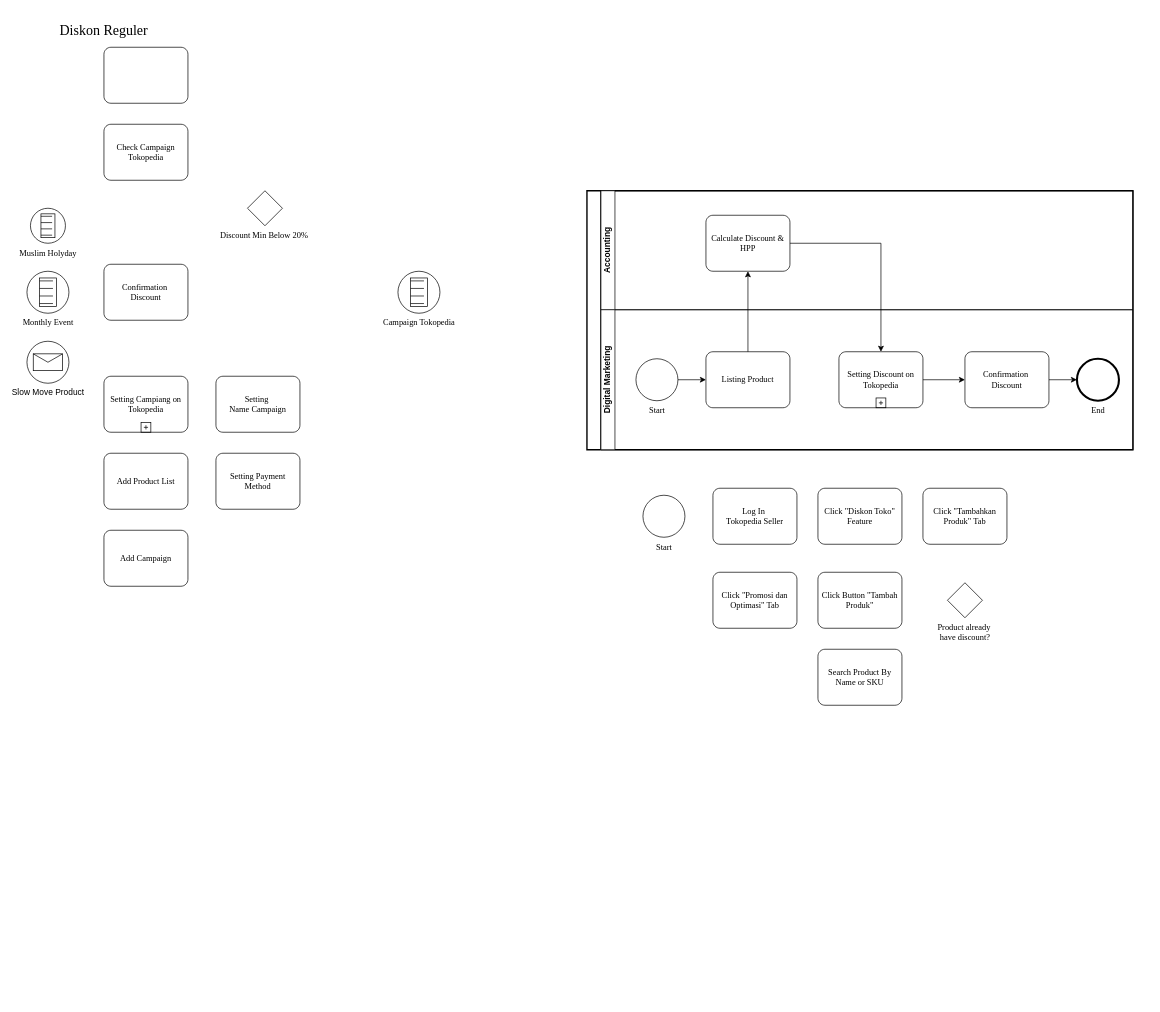
This is BPMN-KP-Coba.drawio from xoghub/diagrams, a draw.io file, before an edit. Source tidied: cells renumbered, new cells numbered last; positions are measured from the earlier drawing's top-left corner, leaving out a move shared by most shapes. Both pictures are drawn from the tidied source at 70%, with x=0, y=0 at pixel (27, 12).
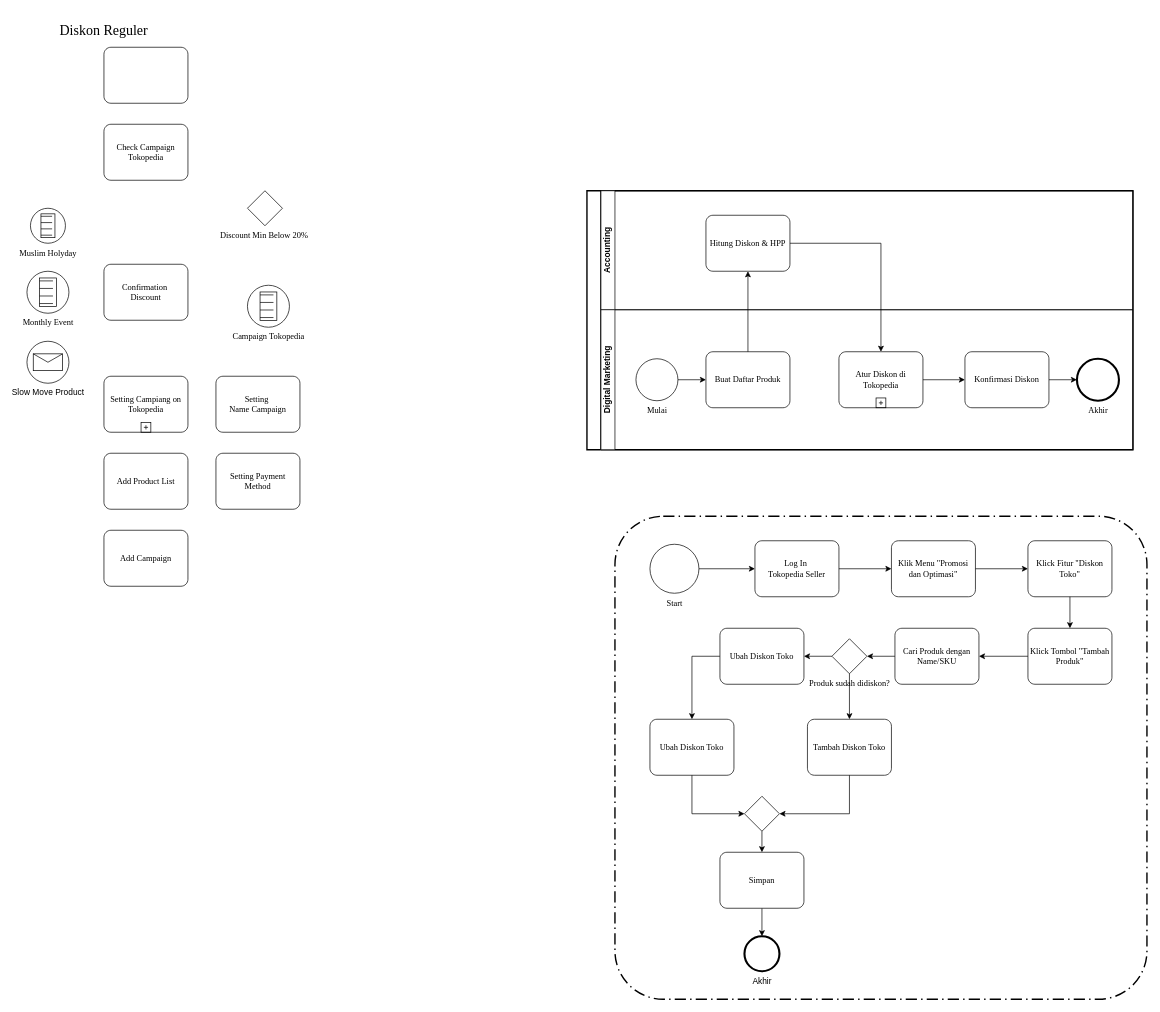
After the change.

Unchanged cells that the change refers to:
```xml
<mxCell id="18" value="Accounting" style="swimlane;startSize=20;horizontal=0;html=1;whiteSpace=wrap;" parent="17" vertex="1">
  <mxGeometry x="20" width="760" height="170" as="geometry" />
</mxCell>
<mxCell id="20" value="Digital Marketing" style="swimlane;startSize=20;horizontal=0;html=1;whiteSpace=wrap;" parent="17" vertex="1">
  <mxGeometry x="20" y="170" width="760" height="200" as="geometry" />
</mxCell>
```

Diff of the diagram source:
```diff
@@
-    <mxCell id="6" value="&lt;font&gt;Product already&amp;nbsp;&lt;/font&gt;&lt;div&gt;&lt;font&gt;have discount?&lt;/font&gt;&lt;/div&gt;" style="points=[[0.25,0.25,0],[0.5,0,0],[0.75,0.25,0],[1,0.5,0],[0.75,0.75,0],[0.5,1,0],[0.25,0.75,0],[0,0.5,0]];shape=mxgraph.bpmn.gateway2;html=1;verticalLabelPosition=bottom;labelBackgroundColor=#ffffff;verticalAlign=top;align=center;perimeter=rhombusPerimeter;outlineConnect=0;outline=none;symbol=none;fontFamily=Times New Roman;" parent="1" vertex="1">
-      <mxGeometry x="1315" y="815" width="50" height="50" as="geometry" />
+    <mxCell id="6" value="&lt;font&gt;Produk sudah didiskon?&lt;/font&gt;" style="points=[[0.25,0.25,0],[0.5,0,0],[0.75,0.25,0],[1,0.5,0],[0.75,0.75,0],[0.5,1,0],[0.25,0.75,0],[0,0.5,0]];shape=mxgraph.bpmn.gateway2;html=1;verticalLabelPosition=bottom;labelBackgroundColor=#ffffff;verticalAlign=top;align=center;perimeter=rhombusPerimeter;outlineConnect=0;outline=none;symbol=none;fontFamily=Times New Roman;" parent="1" vertex="1">
+      <mxGeometry x="1150" y="895" width="50" height="50" as="geometry" />
     </mxCell>
@@
     <mxCell id="15" value="Campaign Tokopedia" style="shape=mxgraph.bpmn.event;html=1;verticalLabelPosition=bottom;labelBackgroundColor=#ffffff;verticalAlign=top;align=center;perimeter=ellipsePerimeter;outline=standard;symbol=conditional;fontFamily=Times New Roman;" parent="1" vertex="1">
-      <mxGeometry x="530" y="370" width="60" height="60" as="geometry" />
+      <mxGeometry x="315" y="390" width="60" height="60" as="geometry" />
     </mxCell>
@@
-    <mxCell id="19" value="Calculate Discount &amp;amp; HPP" style="points=[[0.25,0,0],[0.5,0,0],[0.75,0,0],[1,0.25,0],[1,0.5,0],[1,0.75,0],[0.75,1,0],[0.5,1,0],[0.25,1,0],[0,0.75,0],[0,0.5,0],[0,0.25,0]];shape=mxgraph.bpmn.task;whiteSpace=wrap;rectStyle=rounded;size=10;html=1;taskMarker=abstract;fontFamily=Times New Roman;" parent="18" vertex="1">
+    <mxCell id="19" value="Hitung Diskon &amp;amp; HPP" style="points=[[0.25,0,0],[0.5,0,0],[0.75,0,0],[1,0.25,0],[1,0.5,0],[1,0.75,0],[0.75,1,0],[0.5,1,0],[0.25,1,0],[0,0.75,0],[0,0.5,0],[0,0.25,0]];shape=mxgraph.bpmn.task;whiteSpace=wrap;rectStyle=rounded;size=10;html=1;taskMarker=abstract;fontFamily=Times New Roman;" parent="18" vertex="1">
       <mxGeometry x="150" y="35" width="120" height="80" as="geometry" />
     </mxCell>
@@
-    <mxCell id="21" value="Start" style="points=[[0.145,0.145,0],[0.5,0,0],[0.855,0.145,0],[1,0.5,0],[0.855,0.855,0],[0.5,1,0],[0.145,0.855,0],[0,0.5,0]];shape=mxgraph.bpmn.event;html=1;verticalLabelPosition=bottom;labelBackgroundColor=#ffffff;verticalAlign=top;align=center;perimeter=ellipsePerimeter;outlineConnect=0;outline=standard;symbol=general;fontFamily=Times New Roman;" parent="20" vertex="1">
+    <mxCell id="21" value="Mulai" style="points=[[0.145,0.145,0],[0.5,0,0],[0.855,0.145,0],[1,0.5,0],[0.855,0.855,0],[0.5,1,0],[0.145,0.855,0],[0,0.5,0]];shape=mxgraph.bpmn.event;html=1;verticalLabelPosition=bottom;labelBackgroundColor=#ffffff;verticalAlign=top;align=center;perimeter=ellipsePerimeter;outlineConnect=0;outline=standard;symbol=general;fontFamily=Times New Roman;" parent="20" vertex="1">
       <mxGeometry x="50" y="70" width="60" height="60" as="geometry" />
     </mxCell>
-    <mxCell id="22" value="Listing Product" style="points=[[0.25,0,0],[0.5,0,0],[0.75,0,0],[1,0.25,0],[1,0.5,0],[1,0.75,0],[0.75,1,0],[0.5,1,0],[0.25,1,0],[0,0.75,0],[0,0.5,0],[0,0.25,0]];shape=mxgraph.bpmn.task;whiteSpace=wrap;rectStyle=rounded;size=10;html=1;taskMarker=abstract;fontFamily=Times New Roman;" parent="20" vertex="1">
+    <mxCell id="22" value="Buat Daftar Produk" style="points=[[0.25,0,0],[0.5,0,0],[0.75,0,0],[1,0.25,0],[1,0.5,0],[1,0.75,0],[0.75,1,0],[0.5,1,0],[0.25,1,0],[0,0.75,0],[0,0.5,0],[0,0.25,0]];shape=mxgraph.bpmn.task;whiteSpace=wrap;rectStyle=rounded;size=10;html=1;taskMarker=abstract;fontFamily=Times New Roman;" parent="20" vertex="1">
       <mxGeometry x="150" y="60" width="120" height="80" as="geometry" />
     </mxCell>
@@
-    <mxCell id="24" value="&lt;font&gt;Setting Discount on Tokopedia&lt;/font&gt;" style="points=[[0.25,0,0],[0.5,0,0],[0.75,0,0],[1,0.25,0],[1,0.5,0],[1,0.75,0],[0.75,1,0],[0.5,1,0],[0.25,1,0],[0,0.75,0],[0,0.5,0],[0,0.25,0]];shape=mxgraph.bpmn.task;whiteSpace=wrap;rectStyle=rounded;size=10;html=1;taskMarker=abstract;isLoopSub=1;fontFamily=Times New Roman;" parent="20" vertex="1">
+    <mxCell id="24" value="Atur Diskon di Tokopedia" style="points=[[0.25,0,0],[0.5,0,0],[0.75,0,0],[1,0.25,0],[1,0.5,0],[1,0.75,0],[0.75,1,0],[0.5,1,0],[0.25,1,0],[0,0.75,0],[0,0.5,0],[0,0.25,0]];shape=mxgraph.bpmn.task;whiteSpace=wrap;rectStyle=rounded;size=10;html=1;taskMarker=abstract;isLoopSub=1;fontFamily=Times New Roman;" parent="20" vertex="1">
       <mxGeometry x="340" y="60" width="120" height="80" as="geometry" />
     </mxCell>
-    <mxCell id="25" value="End" style="points=[[0.145,0.145,0],[0.5,0,0],[0.855,0.145,0],[1,0.5,0],[0.855,0.855,0],[0.5,1,0],[0.145,0.855,0],[0,0.5,0]];shape=mxgraph.bpmn.event;html=1;verticalLabelPosition=bottom;labelBackgroundColor=#ffffff;verticalAlign=top;align=center;perimeter=ellipsePerimeter;outlineConnect=0;outline=end;symbol=terminate2;fontFamily=Times New Roman;" parent="20" vertex="1">
+    <mxCell id="25" value="Akhir" style="points=[[0.145,0.145,0],[0.5,0,0],[0.855,0.145,0],[1,0.5,0],[0.855,0.855,0],[0.5,1,0],[0.145,0.855,0],[0,0.5,0]];shape=mxgraph.bpmn.event;html=1;verticalLabelPosition=bottom;labelBackgroundColor=#ffffff;verticalAlign=top;align=center;perimeter=ellipsePerimeter;outlineConnect=0;outline=end;symbol=terminate2;fontFamily=Times New Roman;" parent="20" vertex="1">
       <mxGeometry x="680" y="70" width="60" height="60" as="geometry" />
     </mxCell>
@@
-    <mxCell id="27" value="&lt;font&gt;Confirmation&amp;nbsp;&lt;/font&gt;&lt;div&gt;&lt;font&gt;Discount&lt;/font&gt;&lt;/div&gt;" style="points=[[0.25,0,0],[0.5,0,0],[0.75,0,0],[1,0.25,0],[1,0.5,0],[1,0.75,0],[0.75,1,0],[0.5,1,0],[0.25,1,0],[0,0.75,0],[0,0.5,0],[0,0.25,0]];shape=mxgraph.bpmn.task;whiteSpace=wrap;rectStyle=rounded;size=10;html=1;taskMarker=abstract;fontFamily=Times New Roman;" parent="20" vertex="1">
+    <mxCell id="27" value="Konfirmasi Diskon" style="points=[[0.25,0,0],[0.5,0,0],[0.75,0,0],[1,0.25,0],[1,0.5,0],[1,0.75,0],[0.75,1,0],[0.5,1,0],[0.25,1,0],[0,0.75,0],[0,0.5,0],[0,0.25,0]];shape=mxgraph.bpmn.task;whiteSpace=wrap;rectStyle=rounded;size=10;html=1;taskMarker=abstract;fontFamily=Times New Roman;" parent="20" vertex="1">
       <mxGeometry x="520" y="60" width="120" height="80" as="geometry" />
     </mxCell>
@@
     <mxCell id="31" value="Start" style="points=[[0.145,0.145,0],[0.5,0,0],[0.855,0.145,0],[1,0.5,0],[0.855,0.855,0],[0.5,1,0],[0.145,0.855,0],[0,0.5,0]];shape=mxgraph.bpmn.event;html=1;verticalLabelPosition=bottom;labelBackgroundColor=#ffffff;verticalAlign=top;align=center;perimeter=ellipsePerimeter;outlineConnect=0;outline=standard;symbol=general;fontFamily=Times New Roman;" parent="1" vertex="1">
-      <mxGeometry x="880" y="690" width="60" height="60" as="geometry" />
+      <mxGeometry x="890" y="760" width="70" height="70" as="geometry" />
     </mxCell>
     <mxCell id="32" value="Log In&amp;nbsp;&lt;div&gt;Tokopedia Seller&lt;/div&gt;" style="points=[[0.25,0,0],[0.5,0,0],[0.75,0,0],[1,0.25,0],[1,0.5,0],[1,0.75,0],[0.75,1,0],[0.5,1,0],[0.25,1,0],[0,0.75,0],[0,0.5,0],[0,0.25,0]];shape=mxgraph.bpmn.task;whiteSpace=wrap;rectStyle=rounded;size=10;html=1;taskMarker=abstract;fontFamily=Times New Roman;" parent="1" vertex="1">
-      <mxGeometry x="980" y="680" width="120" height="80" as="geometry" />
+      <mxGeometry x="1040" y="755" width="120" height="80" as="geometry" />
     </mxCell>
-    <mxCell id="33" value="Click &quot;Promosi dan Optimasi&quot; Tab" style="points=[[0.25,0,0],[0.5,0,0],[0.75,0,0],[1,0.25,0],[1,0.5,0],[1,0.75,0],[0.75,1,0],[0.5,1,0],[0.25,1,0],[0,0.75,0],[0,0.5,0],[0,0.25,0]];shape=mxgraph.bpmn.task;whiteSpace=wrap;rectStyle=rounded;size=10;html=1;taskMarker=abstract;fontFamily=Times New Roman;" parent="1" vertex="1">
-      <mxGeometry x="980" y="800" width="120" height="80" as="geometry" />
+    <mxCell id="33" value="Klik Menu &quot;Promosi dan Optimasi&quot;" style="points=[[0.25,0,0],[0.5,0,0],[0.75,0,0],[1,0.25,0],[1,0.5,0],[1,0.75,0],[0.75,1,0],[0.5,1,0],[0.25,1,0],[0,0.75,0],[0,0.5,0],[0,0.25,0]];shape=mxgraph.bpmn.task;whiteSpace=wrap;rectStyle=rounded;size=10;html=1;taskMarker=abstract;fontFamily=Times New Roman;" parent="1" vertex="1">
+      <mxGeometry x="1235" y="755" width="120" height="80" as="geometry" />
     </mxCell>
-    <mxCell id="34" value="Click &quot;Diskon Toko&quot; Feature" style="points=[[0.25,0,0],[0.5,0,0],[0.75,0,0],[1,0.25,0],[1,0.5,0],[1,0.75,0],[0.75,1,0],[0.5,1,0],[0.25,1,0],[0,0.75,0],[0,0.5,0],[0,0.25,0]];shape=mxgraph.bpmn.task;whiteSpace=wrap;rectStyle=rounded;size=10;html=1;taskMarker=abstract;fontFamily=Times New Roman;" parent="1" vertex="1">
-      <mxGeometry x="1130" y="680" width="120" height="80" as="geometry" />
+    <mxCell id="34" value="Klick Fitur &quot;Diskon Toko&quot;" style="points=[[0.25,0,0],[0.5,0,0],[0.75,0,0],[1,0.25,0],[1,0.5,0],[1,0.75,0],[0.75,1,0],[0.5,1,0],[0.25,1,0],[0,0.75,0],[0,0.5,0],[0,0.25,0]];shape=mxgraph.bpmn.task;whiteSpace=wrap;rectStyle=rounded;size=10;html=1;taskMarker=abstract;fontFamily=Times New Roman;" parent="1" vertex="1">
+      <mxGeometry x="1430" y="755" width="120" height="80" as="geometry" />
     </mxCell>
+    <mxCell id="38" style="edgeStyle=orthogonalEdgeStyle;rounded=0;jettySize=auto;html=1;" parent="1" edge="1" source="35" target="48">
+      <mxGeometry relative="1" as="geometry">
+        <Array as="points">
+          <mxPoint x="950" y="920" />
+        </Array>
+      </mxGeometry>
+    </mxCell>
-    <mxCell id="35" value="Click Button &quot;Tambah Produk&quot;" style="points=[[0.25,0,0],[0.5,0,0],[0.75,0,0],[1,0.25,0],[1,0.5,0],[1,0.75,0],[0.75,1,0],[0.5,1,0],[0.25,1,0],[0,0.75,0],[0,0.5,0],[0,0.25,0]];shape=mxgraph.bpmn.task;whiteSpace=wrap;rectStyle=rounded;size=10;html=1;taskMarker=abstract;fontFamily=Times New Roman;" parent="1" vertex="1">
-      <mxGeometry x="1130" y="800" width="120" height="80" as="geometry" />
+    <mxCell id="35" value="Ubah Diskon Toko" style="points=[[0.25,0,0],[0.5,0,0],[0.75,0,0],[1,0.25,0],[1,0.5,0],[1,0.75,0],[0.75,1,0],[0.5,1,0],[0.25,1,0],[0,0.75,0],[0,0.5,0],[0,0.25,0]];shape=mxgraph.bpmn.task;whiteSpace=wrap;rectStyle=rounded;size=10;html=1;taskMarker=abstract;fontFamily=Times New Roman;" parent="1" vertex="1">
+      <mxGeometry x="990" y="880" width="120" height="80" as="geometry" />
     </mxCell>
-    <mxCell id="36" value="Click &quot;Tambahkan Produk&quot; Tab" style="points=[[0.25,0,0],[0.5,0,0],[0.75,0,0],[1,0.25,0],[1,0.5,0],[1,0.75,0],[0.75,1,0],[0.5,1,0],[0.25,1,0],[0,0.75,0],[0,0.5,0],[0,0.25,0]];shape=mxgraph.bpmn.task;whiteSpace=wrap;rectStyle=rounded;size=10;html=1;taskMarker=abstract;fontFamily=Times New Roman;" parent="1" vertex="1">
-      <mxGeometry x="1280" y="680" width="120" height="80" as="geometry" />
+    <mxCell id="36" value="Klick Tombol &quot;Tambah Produk&quot;" style="points=[[0.25,0,0],[0.5,0,0],[0.75,0,0],[1,0.25,0],[1,0.5,0],[1,0.75,0],[0.75,1,0],[0.5,1,0],[0.25,1,0],[0,0.75,0],[0,0.5,0],[0,0.25,0]];shape=mxgraph.bpmn.task;whiteSpace=wrap;rectStyle=rounded;size=10;html=1;taskMarker=abstract;fontFamily=Times New Roman;" parent="1" vertex="1">
+      <mxGeometry x="1430" y="880" width="120" height="80" as="geometry" />
     </mxCell>
+    <mxCell id="39" style="edgeStyle=orthogonalEdgeStyle;rounded=0;jettySize=auto;html=1;" parent="1" edge="1" source="37" target="6">
+      <mxGeometry relative="1" as="geometry" />
+    </mxCell>
-    <mxCell id="37" value="Search Product By Name or SKU" style="points=[[0.25,0,0],[0.5,0,0],[0.75,0,0],[1,0.25,0],[1,0.5,0],[1,0.75,0],[0.75,1,0],[0.5,1,0],[0.25,1,0],[0,0.75,0],[0,0.5,0],[0,0.25,0]];shape=mxgraph.bpmn.task;whiteSpace=wrap;rectStyle=rounded;size=10;html=1;taskMarker=abstract;fontFamily=Times New Roman;" parent="1" vertex="1">
-      <mxGeometry x="1130" y="910" width="120" height="80" as="geometry" />
+    <mxCell id="37" value="Cari Produk dengan Name/SKU" style="points=[[0.25,0,0],[0.5,0,0],[0.75,0,0],[1,0.25,0],[1,0.5,0],[1,0.75,0],[0.75,1,0],[0.5,1,0],[0.25,1,0],[0,0.75,0],[0,0.5,0],[0,0.25,0]];shape=mxgraph.bpmn.task;whiteSpace=wrap;rectStyle=rounded;size=10;html=1;taskMarker=abstract;fontFamily=Times New Roman;" parent="1" vertex="1">
+      <mxGeometry x="1240" y="880" width="120" height="80" as="geometry" />
     </mxCell>
+    <mxCell id="40" style="edgeStyle=orthogonalEdgeStyle;rounded=0;jettySize=auto;html=1;entryX=0;entryY=0.5;entryDx=0;entryDy=0;entryPerimeter=0;" parent="1" edge="1" source="31" target="32">
+      <mxGeometry relative="1" as="geometry" />
+    </mxCell>
+    <mxCell id="41" style="edgeStyle=orthogonalEdgeStyle;rounded=0;jettySize=auto;html=1;entryX=0;entryY=0.5;entryDx=0;entryDy=0;entryPerimeter=0;" parent="1" edge="1" source="32" target="33">
+      <mxGeometry relative="1" as="geometry" />
+    </mxCell>
+    <mxCell id="42" style="edgeStyle=orthogonalEdgeStyle;rounded=0;jettySize=auto;html=1;entryX=0;entryY=0.5;entryDx=0;entryDy=0;entryPerimeter=0;" parent="1" edge="1" source="33" target="34">
+      <mxGeometry relative="1" as="geometry" />
+    </mxCell>
+    <mxCell id="43" style="edgeStyle=orthogonalEdgeStyle;rounded=0;jettySize=auto;html=1;entryX=0.5;entryY=0;entryDx=0;entryDy=0;entryPerimeter=0;" parent="1" edge="1" source="34" target="36">
+      <mxGeometry relative="1" as="geometry" />
+    </mxCell>
+    <mxCell id="44" style="edgeStyle=orthogonalEdgeStyle;rounded=0;jettySize=auto;html=1;entryX=1;entryY=0.5;entryDx=0;entryDy=0;entryPerimeter=0;" parent="1" edge="1" source="36" target="37">
+      <mxGeometry relative="1" as="geometry" />
+    </mxCell>
+    <mxCell id="45" value="Tambah Diskon Toko" style="points=[[0.25,0,0],[0.5,0,0],[0.75,0,0],[1,0.25,0],[1,0.5,0],[1,0.75,0],[0.75,1,0],[0.5,1,0],[0.25,1,0],[0,0.75,0],[0,0.5,0],[0,0.25,0]];shape=mxgraph.bpmn.task;whiteSpace=wrap;rectStyle=rounded;size=10;html=1;taskMarker=abstract;fontFamily=Times New Roman;" parent="1" vertex="1">
+      <mxGeometry x="1115" y="1010" width="120" height="80" as="geometry" />
+    </mxCell>
+    <mxCell id="46" style="edgeStyle=orthogonalEdgeStyle;rounded=0;jettySize=auto;html=1;entryX=1;entryY=0.5;entryDx=0;entryDy=0;entryPerimeter=0;" parent="1" edge="1" source="6" target="35">
+      <mxGeometry relative="1" as="geometry" />
+    </mxCell>
+    <mxCell id="47" style="edgeStyle=orthogonalEdgeStyle;rounded=0;jettySize=auto;html=1;entryX=0.5;entryY=0;entryDx=0;entryDy=0;entryPerimeter=0;" parent="1" edge="1" source="6" target="45">
+      <mxGeometry relative="1" as="geometry" />
+    </mxCell>
+    <mxCell id="48" value="Ubah Diskon Toko" style="points=[[0.25,0,0],[0.5,0,0],[0.75,0,0],[1,0.25,0],[1,0.5,0],[1,0.75,0],[0.75,1,0],[0.5,1,0],[0.25,1,0],[0,0.75,0],[0,0.5,0],[0,0.25,0]];shape=mxgraph.bpmn.task;whiteSpace=wrap;rectStyle=rounded;size=10;html=1;taskMarker=abstract;fontFamily=Times New Roman;" parent="1" vertex="1">
+      <mxGeometry x="890" y="1010" width="120" height="80" as="geometry" />
+    </mxCell>
+    <mxCell id="49" style="edgeStyle=orthogonalEdgeStyle;rounded=0;jettySize=auto;html=1;" parent="1" edge="1" source="50" target="51">
+      <mxGeometry relative="1" as="geometry" />
+    </mxCell>
+    <mxCell id="50" value="Simpan" style="points=[[0.25,0,0],[0.5,0,0],[0.75,0,0],[1,0.25,0],[1,0.5,0],[1,0.75,0],[0.75,1,0],[0.5,1,0],[0.25,1,0],[0,0.75,0],[0,0.5,0],[0,0.25,0]];shape=mxgraph.bpmn.task;whiteSpace=wrap;rectStyle=rounded;size=10;html=1;taskMarker=abstract;fontFamily=Times New Roman;" parent="1" vertex="1">
+      <mxGeometry x="990" y="1200" width="120" height="80" as="geometry" />
+    </mxCell>
+    <mxCell id="51" value="Akhir" style="points=[[0.145,0.145,0],[0.5,0,0],[0.855,0.145,0],[1,0.5,0],[0.855,0.855,0],[0.5,1,0],[0.145,0.855,0],[0,0.5,0]];shape=mxgraph.bpmn.event;html=1;verticalLabelPosition=bottom;labelBackgroundColor=#ffffff;verticalAlign=top;align=center;perimeter=ellipsePerimeter;outlineConnect=0;outline=end;symbol=terminate2;" parent="1" vertex="1">
+      <mxGeometry x="1025" y="1320" width="50" height="50" as="geometry" />
+    </mxCell>
+    <mxCell id="52" style="points=[[0.25,0.25,0],[0.5,0,0],[0.75,0.25,0],[1,0.5,0],[0.75,0.75,0],[0.5,1,0],[0.25,0.75,0],[0,0.5,0]];shape=mxgraph.bpmn.gateway2;html=1;verticalLabelPosition=bottom;labelBackgroundColor=#ffffff;verticalAlign=top;align=center;perimeter=rhombusPerimeter;outlineConnect=0;outline=none;symbol=none;" parent="1" vertex="1">
+      <mxGeometry x="1025" y="1120" width="50" height="50" as="geometry" />
+    </mxCell>
+    <mxCell id="53" style="edgeStyle=orthogonalEdgeStyle;rounded=0;jettySize=auto;html=1;entryX=0;entryY=0.5;entryDx=0;entryDy=0;entryPerimeter=0;" parent="1" edge="1" source="48" target="52">
+      <mxGeometry relative="1" as="geometry">
+        <Array as="points">
+          <mxPoint x="950" y="1145" />
+        </Array>
+      </mxGeometry>
+    </mxCell>
+    <mxCell id="54" style="edgeStyle=orthogonalEdgeStyle;rounded=0;jettySize=auto;html=1;exitX=0.5;exitY=1;exitDx=0;exitDy=0;exitPerimeter=0;entryX=1;entryY=0.5;entryDx=0;entryDy=0;entryPerimeter=0;" parent="1" edge="1" source="45" target="52">
+      <mxGeometry relative="1" as="geometry" />
+    </mxCell>
+    <mxCell id="55" style="edgeStyle=orthogonalEdgeStyle;rounded=0;jettySize=auto;html=1;exitX=0.5;exitY=1;exitDx=0;exitDy=0;exitPerimeter=0;entryX=0.5;entryY=0;entryDx=0;entryDy=0;entryPerimeter=0;" parent="1" edge="1" source="52" target="50">
+      <mxGeometry relative="1" as="geometry" />
+    </mxCell>
+    <mxCell id="56" style="rounded=1;arcSize=10;dashed=1;fillColor=none;gradientColor=none;dashPattern=8 3 1 3;strokeWidth=2;whiteSpace=wrap;html=1;" parent="1" vertex="1">
+      <mxGeometry x="840" y="720" width="760" height="690" as="geometry" />
+    </mxCell>
```
